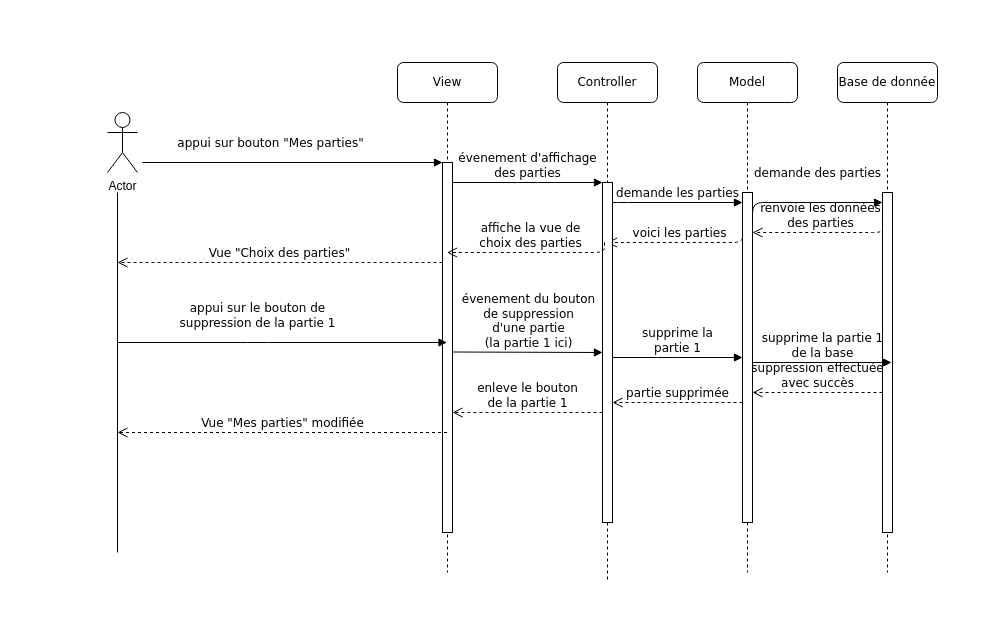
This is documents/suppressio_.drawio from Lunki51/tamagotchi, a draw.io file, before an edit. Source tidied: cells renumbered, new cells numbered last; positions are measured from the earlier drawing's top-left corner, leaving out a move shared by most shapes. Both pictures are drawn from the tidied source at 100%, with x=0, y=0 at pixel (107, 62).
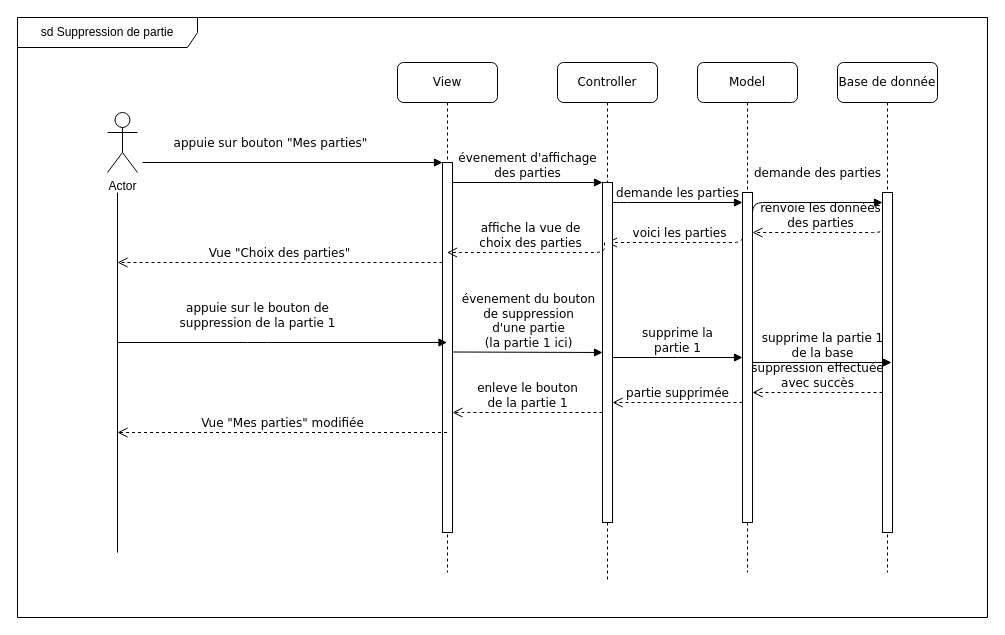
Above is the later version.

The change refers to these unchanged cells:
```xml
<mxCell id="2" value="View" style="shape=umlLifeline;perimeter=lifelinePerimeter;whiteSpace=wrap;html=1;outlineConnect=0;rounded=1;shadow=0;comic=0;labelBackgroundColor=none;strokeWidth=1;fontFamily=Verdana;fontSize=12;align=center;" parent="1" vertex="1">
  <mxGeometry x="290" width="100" height="510" as="geometry" />
</mxCell>
<mxCell id="3" style="html=1;points=[];perimeter=orthogonalPerimeter;rounded=0;shadow=0;comic=0;labelBackgroundColor=none;strokeWidth=1;fontFamily=Verdana;fontSize=12;align=center;" parent="2" vertex="1">
  <mxGeometry x="45" y="100" width="10" height="370" as="geometry" />
</mxCell>
```

Change to the diagram source:
```diff
@@
-    <mxCell id="12" value="appui sur bouton &quot;Mes parties&quot;" style="html=1;verticalAlign=bottom;endArrow=block;entryX=0;entryY=0;labelBackgroundColor=none;fontFamily=Verdana;fontSize=12;edgeStyle=elbowEdgeStyle;elbow=vertical;" parent="1" edge="1" target="3">
+    <mxCell id="12" value="appuie sur bouton &quot;Mes parties&quot;" style="html=1;verticalAlign=bottom;endArrow=block;entryX=0;entryY=0;labelBackgroundColor=none;fontFamily=Verdana;fontSize=12;edgeStyle=elbowEdgeStyle;elbow=vertical;" parent="1" edge="1" target="3">
       <mxGeometry x="-0.15" y="10" relative="1" as="geometry">
         <mxPoint x="35" y="100" as="sourcePoint" />
       </mxGeometry>
     </mxCell>
@@
-    <mxCell id="22" value="&lt;div&gt;appui sur le bouton de&lt;/div&gt;&lt;div&gt; suppression de la partie 1&lt;/div&gt;" style="html=1;verticalAlign=bottom;endArrow=block;labelBackgroundColor=none;fontFamily=Verdana;fontSize=12;edgeStyle=elbowEdgeStyle;elbow=vertical;" parent="1" edge="1" target="2">
+    <mxCell id="22" value="&lt;div&gt;appuie sur le bouton de&lt;/div&gt;&lt;div&gt; suppression de la partie 1&lt;/div&gt;" style="html=1;verticalAlign=bottom;endArrow=block;labelBackgroundColor=none;fontFamily=Verdana;fontSize=12;edgeStyle=elbowEdgeStyle;elbow=vertical;" parent="1" edge="1" target="2">
       <mxGeometry x="-0.15" y="10" relative="1" as="geometry">
         <mxPoint x="10" y="280" as="sourcePoint" />
       </mxGeometry>
     </mxCell>
@@
+    <mxCell id="28" value="sd Suppression de partie" style="shape=umlFrame;whiteSpace=wrap;html=1;width=180;height=30;" parent="1" vertex="1">
+      <mxGeometry x="-90" y="-45" width="970" height="600" as="geometry" />
+    </mxCell>
```
